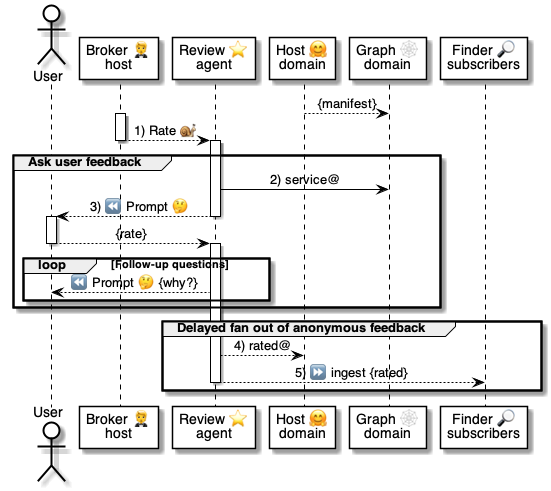
Before: 4 ⚙️ Solution/50 🫥 Agent domains/Reviewers ⭐/⭐⏩ Reviewer flows/⚙️ Review.png, a diagram exported from PlantUML (pollyweb-org/pollyweb-docs). Its source is kept beside it as 4 ⚙️ Solution/50 🫥 Agent domains/Reviewers ⭐/⭐⏩ Reviewer flows/⚙️ Review.puml. Source of this version:
```plantuml
@startuml Goodbye

actor "User" as user
participant "Broker 🤵\nhost" as broker
participant "Review ⭐\nagent" as reviewer
participant "Host 🤗\ndomain" as host
participant "Graph 🕸\ndomain" as graph
participant "Finder 🔎\nsubscribers" as finder


host --> graph: {manifest}

activate broker
    broker --> reviewer: 1) Rate 🐌
deactivate broker

group Ask user feedback

    activate reviewer
        reviewer -> graph: 2) service@
        reviewer --> user: 3) ⏪ Prompt 🤔
    deactivate reviewer

    activate user
        user --> reviewer: {rate}
    deactivate user

    activate reviewer

        loop Follow-up questions
            reviewer --> user: ⏪ Prompt 🤔 {why?}
        end loop


end group

group Delayed fan out of anonymous feedback

        reviewer --> host: 4) rated@

        reviewer --> finder: 5) ⏩ ingest {rated}

    deactivate reviewer

end group






@enduml
```
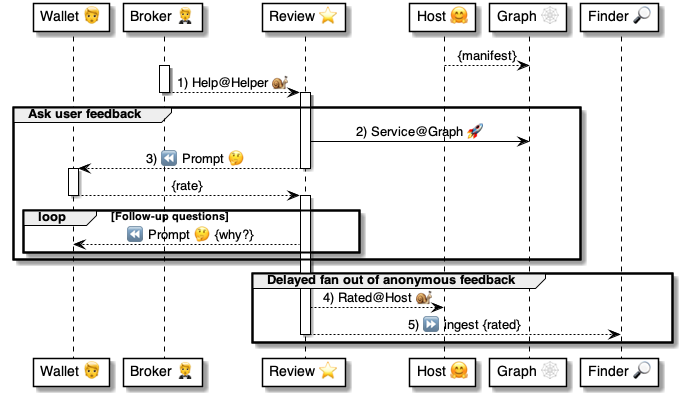
The same file after the commit.

What changed in the source:
```diff
@@ -1,23 +1,23 @@
 @startuml Goodbye
 
-actor "User" as user
-participant "Broker 🤵\nhost" as broker
-participant "Review ⭐\nagent" as reviewer
-participant "Host 🤗\ndomain" as host
-participant "Graph 🕸\ndomain" as graph
-participant "Finder 🔎\nsubscribers" as finder
+participant "Wallet 🧑" as user
+participant "Broker 🤵" as broker
+participant "Review ⭐" as reviewer
+participant "Host 🤗" as host
+participant "Graph 🕸" as graph
+participant "Finder 🔎" as finder
 
 
 host --> graph: {manifest}
 
 activate broker
-    broker --> reviewer: 1) Rate 🐌
+    broker --> reviewer: 1) Help@Helper 🐌
 deactivate broker
 
 group Ask user feedback
 
     activate reviewer
-        reviewer -> graph: 2) service@
+        reviewer -> graph: 2) Service@Graph 🚀
         reviewer --> user: 3) ⏪ Prompt 🤔
     deactivate reviewer
 
@@ -36,7 +36,7 @@
 
 group Delayed fan out of anonymous feedback
 
-        reviewer --> host: 4) rated@
+        reviewer --> host: 4) Rated@Host 🐌
 
         reviewer --> finder: 5) ⏩ ingest {rated}
 
```
